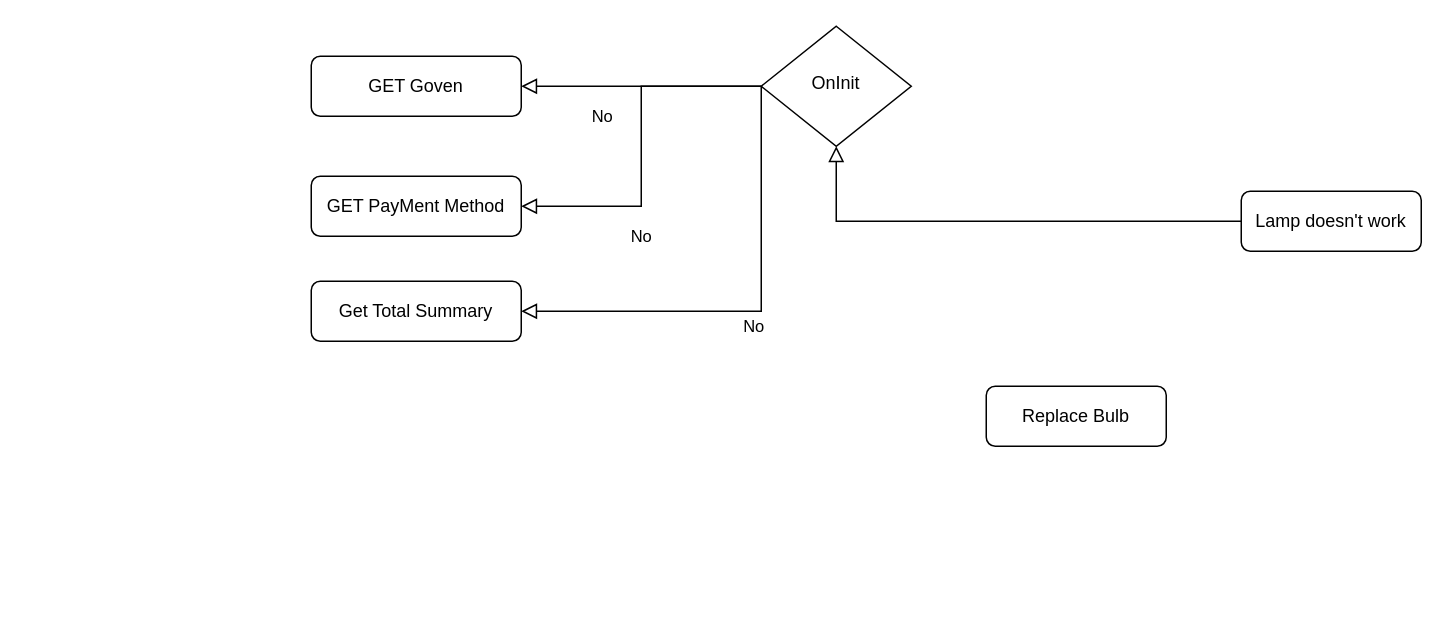
Before: checkout.drawio in Ftohtarek/digram, a draw.io diagram. Source tidied: cells renumbered, new cells numbered last; positions are measured from the earlier drawing's top-left corner, leaving out a move shared by most shapes. Both pictures are drawn from the tidied source at 150%, with x=0, y=0 at pixel (310, 26).
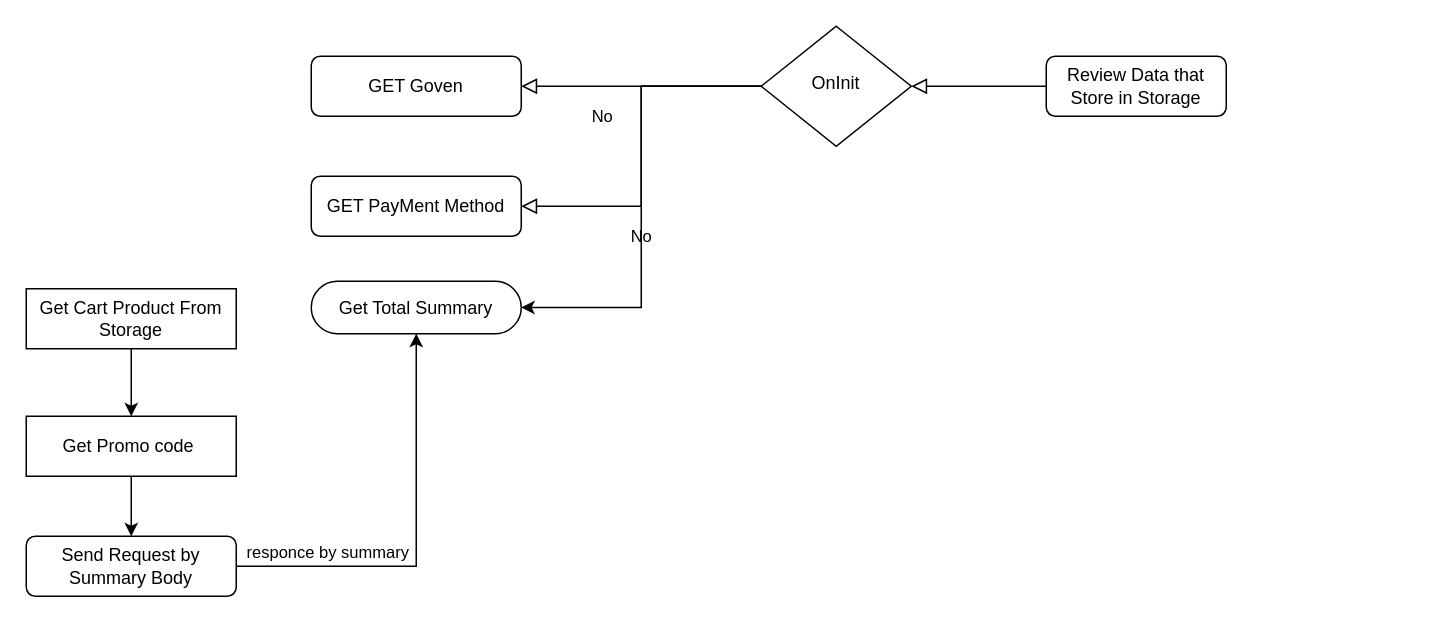
The same page after the edit.

Change to the diagram source:
```diff
@@
 <mxGraphModel>
   <root>
     <mxCell id="0" />
     <mxCell id="1" parent="0" />
     <mxCell id="2" style="rounded=0;html=1;jettySize=auto;fontSize=11;endArrow=block;endFill=0;endSize=8;strokeWidth=1;shadow=0;labelBackgroundColor=none;edgeStyle=orthogonalEdgeStyle;" parent="1" edge="1" source="3" target="5">
       <mxGeometry relative="1" as="geometry" />
     </mxCell>
-    <mxCell id="3" value="Lamp doesn't work" style="rounded=1;whiteSpace=wrap;html=1;fontSize=12;glass=0;strokeWidth=1;shadow=0;" parent="1" vertex="1">
-      <mxGeometry x="620" y="110" width="120" height="40" as="geometry" />
+    <mxCell id="3" value="&lt;div&gt;Review Data that Store in Storage&lt;/div&gt;" style="rounded=1;whiteSpace=wrap;html=1;fontSize=12;glass=0;strokeWidth=1;shadow=0;" parent="1" vertex="1">
+      <mxGeometry x="490" y="20" width="120" height="40" as="geometry" />
     </mxCell>
-    <mxCell id="4" value="No" style="edgeStyle=orthogonalEdgeStyle;rounded=0;html=1;jettySize=auto;fontSize=11;endArrow=block;endFill=0;endSize=8;strokeWidth=1;shadow=0;labelBackgroundColor=none;exitX=0;exitY=0.5;exitDx=0;exitDy=0;entryX=1;entryY=0.5;entryDx=0;entryDy=0;" parent="1" edge="1" source="5" target="6">
-      <mxGeometry y="10" relative="1" as="geometry">
-        <Array as="points">
-          <mxPoint x="300" y="190" />
-        </Array>
-      </mxGeometry>
-    </mxCell>
+    <mxCell id="12" style="edgeStyle=orthogonalEdgeStyle;rounded=0;jettySize=auto;html=1;entryX=1;entryY=0.5;entryDx=0;entryDy=0;" parent="1" edge="1" source="5" target="19">
+      <mxGeometry relative="1" as="geometry" />
+    </mxCell>
     <mxCell id="5" value="OnInit" style="rhombus;whiteSpace=wrap;html=1;shadow=0;fontFamily=Helvetica;fontSize=12;align=center;strokeWidth=1;spacing=6;spacingTop=-4;" parent="1" vertex="1">
       <mxGeometry x="300" width="100" height="80" as="geometry" />
     </mxCell>
+    <mxCell id="13" style="edgeStyle=orthogonalEdgeStyle;rounded=0;jettySize=auto;html=1;exitX=0.5;exitY=1;exitDx=0;exitDy=0;entryX=0.5;entryY=0;entryDx=0;entryDy=0;" parent="1" edge="1" source="6" target="16">
+      <mxGeometry relative="1" as="geometry" />
+    </mxCell>
-    <mxCell id="6" value="Get Total Summary" style="rounded=1;whiteSpace=wrap;html=1;fontSize=12;glass=0;strokeWidth=1;shadow=0;" parent="1" vertex="1">
-      <mxGeometry y="170" width="140" height="40" as="geometry" />
+    <mxCell id="6" value="Get Promo code&amp;nbsp; " style="rounded=1;whiteSpace=wrap;html=1;fontSize=12;glass=0;strokeWidth=1;shadow=0;arcSize=0;" parent="1" vertex="1">
+      <mxGeometry x="-190" y="260" width="140" height="40" as="geometry" />
     </mxCell>
     <mxCell id="7" value="No" style="rounded=0;html=1;jettySize=auto;fontSize=11;endArrow=block;endFill=0;endSize=8;strokeWidth=1;shadow=0;labelBackgroundColor=none;edgeStyle=orthogonalEdgeStyle;" parent="1" edge="1" source="5" target="8">
       <mxGeometry x="0.33" y="20" relative="1" as="geometry" />
     </mxCell>
     <mxCell id="8" value="GET Goven" style="rounded=1;whiteSpace=wrap;html=1;fontSize=12;glass=0;strokeWidth=1;shadow=0;" parent="1" vertex="1">
       <mxGeometry y="20" width="140" height="40" as="geometry" />
     </mxCell>
-    <mxCell id="9" value="Replace Bulb" style="rounded=1;whiteSpace=wrap;html=1;fontSize=12;glass=0;strokeWidth=1;shadow=0;" parent="1" vertex="1">
-      <mxGeometry x="450" y="240" width="120" height="40" as="geometry" />
-    </mxCell>
     <mxCell id="10" value="&lt;div&gt;GET PayMent Method&lt;/div&gt;" style="rounded=1;whiteSpace=wrap;html=1;fontSize=12;glass=0;strokeWidth=1;shadow=0;" parent="1" vertex="1">
       <mxGeometry y="100" width="140" height="40" as="geometry" />
     </mxCell>
     <mxCell id="11" value="No" style="rounded=0;html=1;jettySize=auto;fontSize=11;endArrow=block;endFill=0;endSize=8;strokeWidth=1;shadow=0;labelBackgroundColor=none;edgeStyle=orthogonalEdgeStyle;exitX=0;exitY=0.5;exitDx=0;exitDy=0;entryX=1;entryY=0.5;entryDx=0;entryDy=0;" parent="1" edge="1" source="5" target="10">
       <mxGeometry x="0.33" y="20" relative="1" as="geometry" />
     </mxCell>
+    <mxCell id="14" style="edgeStyle=orthogonalEdgeStyle;rounded=0;jettySize=auto;html=1;exitX=1;exitY=0.5;exitDx=0;exitDy=0;entryX=0.5;entryY=1;entryDx=0;entryDy=0;" parent="1" edge="1" source="16" target="19">
+      <mxGeometry relative="1" as="geometry" />
+    </mxCell>
+    <mxCell id="15" value="&lt;div&gt;responce by summary&lt;/div&gt;" style="edgeLabel;html=1;align=center;verticalAlign=middle;" parent="14" vertex="1">
+      <mxGeometry x="-0.08" relative="1" as="geometry">
+        <mxPoint x="-60" y="-3" as="offset" />
+      </mxGeometry>
+    </mxCell>
+    <mxCell id="16" value="Send Request by Summary Body " style="rounded=1;whiteSpace=wrap;html=1;fontSize=12;glass=0;strokeWidth=1;shadow=0;" parent="1" vertex="1">
+      <mxGeometry x="-190" y="340" width="140" height="40" as="geometry" />
+    </mxCell>
+    <mxCell id="17" style="edgeStyle=orthogonalEdgeStyle;rounded=0;jettySize=auto;html=1;entryX=0.5;entryY=0;entryDx=0;entryDy=0;" parent="1" edge="1" source="18" target="6">
+      <mxGeometry relative="1" as="geometry" />
+    </mxCell>
+    <mxCell id="18" value="Get Cart Product From Storage " style="rounded=1;whiteSpace=wrap;html=1;fontSize=12;glass=0;strokeWidth=1;shadow=0;arcSize=0;" parent="1" vertex="1">
+      <mxGeometry x="-190" y="175" width="140" height="40" as="geometry" />
+    </mxCell>
+    <mxCell id="19" value="Get Total Summary" style="rounded=1;whiteSpace=wrap;html=1;arcSize=50;" parent="1" vertex="1">
+      <mxGeometry y="170" width="140" height="35" as="geometry" />
+    </mxCell>
   </root>
 </mxGraphModel>
```
